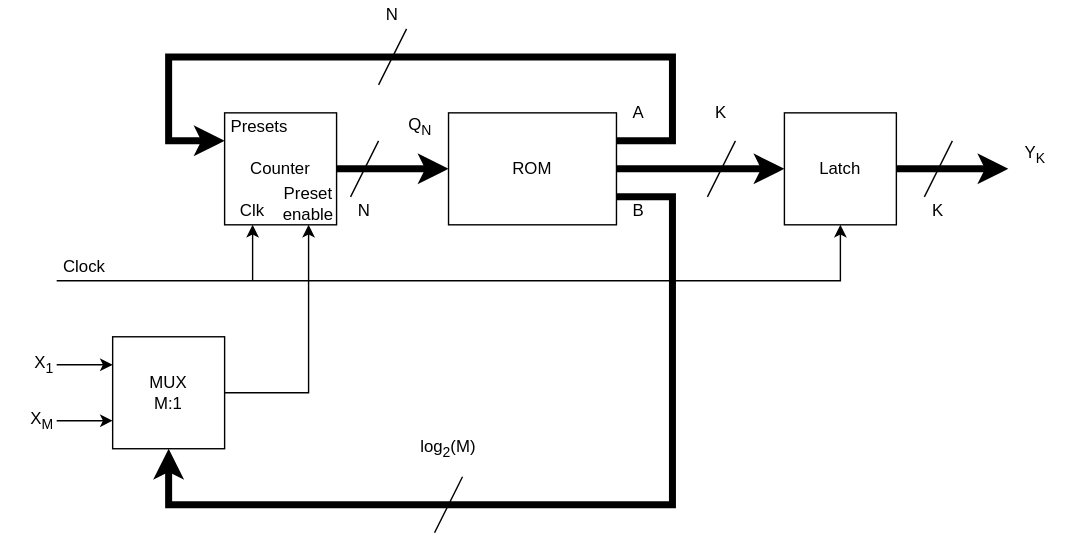
The draw.io diagram assets/images/seq/rom_preset_counter.svg in CircuitVerse/Interactive-Book, before a commit. Source tidied: cells renumbered, new cells last; positions are measured from the earlier drawing's top-left corner, leaving out a move shared by most shapes. Its diagram source:
```xml
<mxGraphModel>
  <root>
    <mxCell id="0" />
    <mxCell id="1" parent="0" />
    <mxCell id="2" value="Counter" style="whiteSpace=wrap;html=1;" parent="1" vertex="1">
      <mxGeometry x="160" y="80" width="80" height="80" as="geometry" />
    </mxCell>
    <mxCell id="3" value="ROM" style="rounded=0;whiteSpace=wrap;html=1;" parent="1" vertex="1">
      <mxGeometry x="320" y="80" width="120" height="80" as="geometry" />
    </mxCell>
    <mxCell id="4" value="Latch" style="whiteSpace=wrap;html=1;" parent="1" vertex="1">
      <mxGeometry x="560" y="80" width="80" height="80" as="geometry" />
    </mxCell>
    <mxCell id="5" value="&lt;div&gt;MUX&lt;/div&gt;&lt;div&gt;M:1&lt;br&gt;&lt;/div&gt;" style="whiteSpace=wrap;html=1;" parent="1" vertex="1">
      <mxGeometry x="80" y="240" width="80" height="80" as="geometry" />
    </mxCell>
    <mxCell id="6" style="endArrow=classic;html=1;exitX=1;exitY=0.5;exitDx=0;exitDy=0;entryX=0.75;entryY=1;entryDx=0;entryDy=0;rounded=0;" parent="1" edge="1" source="5" target="2">
      <mxGeometry relative="1" as="geometry">
        <Array as="points">
          <mxPoint x="220" y="280" />
        </Array>
      </mxGeometry>
    </mxCell>
    <mxCell id="7" style="endArrow=classic;html=1;entryX=0;entryY=0.25;entryDx=0;entryDy=0;entryPerimeter=0;" parent="1" edge="1">
      <mxGeometry relative="1" as="geometry">
        <mxPoint x="180" y="200" as="sourcePoint" />
        <mxPoint x="180" y="160" as="targetPoint" />
      </mxGeometry>
    </mxCell>
    <mxCell id="8" style="endArrow=classic;html=1;entryX=0.5;entryY=1;entryDx=0;entryDy=0;rounded=0;" parent="1" edge="1" target="4">
      <mxGeometry relative="1" as="geometry">
        <mxPoint x="40" y="200" as="sourcePoint" />
        <Array as="points">
          <mxPoint x="600" y="200" />
        </Array>
      </mxGeometry>
    </mxCell>
    <mxCell id="9" value="Clock" style="text;html=1;strokeColor=none;fillColor=none;align=center;verticalAlign=middle;whiteSpace=wrap;rounded=0;" parent="1" vertex="1">
      <mxGeometry x="40" y="180" width="40" height="20" as="geometry" />
    </mxCell>
    <mxCell id="10" style="endArrow=classic;html=1;entryX=0;entryY=0.25;entryDx=0;entryDy=0;" parent="1" edge="1" target="5">
      <mxGeometry relative="1" as="geometry">
        <mxPoint x="40" y="260" as="sourcePoint" />
      </mxGeometry>
    </mxCell>
    <mxCell id="11" style="endArrow=classic;html=1;entryX=0;entryY=0.75;entryDx=0;entryDy=0;" parent="1" edge="1" target="5">
      <mxGeometry relative="1" as="geometry">
        <mxPoint x="40" y="300" as="sourcePoint" />
      </mxGeometry>
    </mxCell>
    <mxCell id="12" value="&lt;div align=&quot;right&quot;&gt;X&lt;sub&gt;M&lt;/sub&gt;&lt;/div&gt;" style="text;html=1;strokeColor=none;fillColor=none;align=right;verticalAlign=middle;whiteSpace=wrap;rounded=0;" parent="1" vertex="1">
      <mxGeometry y="290" width="40" height="20" as="geometry" />
    </mxCell>
    <mxCell id="13" value="&lt;div align=&quot;right&quot;&gt;X&lt;sub&gt;1&lt;/sub&gt;&lt;/div&gt;" style="text;html=1;strokeColor=none;fillColor=none;align=right;verticalAlign=middle;whiteSpace=wrap;rounded=0;" parent="1" vertex="1">
      <mxGeometry y="250" width="40" height="20" as="geometry" />
    </mxCell>
    <mxCell id="14" style="endArrow=classic;html=1;exitX=1;exitY=0.5;exitDx=0;exitDy=0;entryX=0;entryY=0.5;entryDx=0;entryDy=0;strokeWidth=5;" parent="1" edge="1" source="2" target="3">
      <mxGeometry relative="1" as="geometry" />
    </mxCell>
    <mxCell id="15" style="endArrow=classic;html=1;strokeWidth=5;entryX=0;entryY=0.5;entryDx=0;entryDy=0;exitX=1;exitY=0.5;exitDx=0;exitDy=0;" parent="1" edge="1" source="3" target="4">
      <mxGeometry relative="1" as="geometry" />
    </mxCell>
    <mxCell id="16" value="&lt;div align=&quot;left&quot;&gt;A&lt;/div&gt;" style="text;html=1;strokeColor=none;fillColor=none;align=left;verticalAlign=middle;whiteSpace=wrap;rounded=0;" parent="1" vertex="1">
      <mxGeometry x="450" y="70" width="20" height="20" as="geometry" />
    </mxCell>
    <mxCell id="17" style="endArrow=classic;html=1;strokeWidth=5;exitX=1;exitY=0.75;exitDx=0;exitDy=0;entryX=0.5;entryY=1;entryDx=0;entryDy=0;rounded=0;" parent="1" edge="1" source="3" target="5">
      <mxGeometry relative="1" as="geometry">
        <Array as="points">
          <mxPoint x="480" y="140" />
          <mxPoint x="480" y="360" />
          <mxPoint x="120" y="360" />
        </Array>
      </mxGeometry>
    </mxCell>
    <mxCell id="18" value="B" style="text;html=1;strokeColor=none;fillColor=none;align=left;verticalAlign=middle;whiteSpace=wrap;rounded=0;" parent="1" vertex="1">
      <mxGeometry x="450" y="140" width="20" height="20" as="geometry" />
    </mxCell>
    <mxCell id="19" style="endArrow=classic;html=1;entryX=0;entryY=0.5;entryDx=0;entryDy=0;strokeWidth=5;" parent="1" edge="1">
      <mxGeometry relative="1" as="geometry">
        <mxPoint x="640" y="120" as="sourcePoint" />
        <mxPoint x="720" y="120" as="targetPoint" />
      </mxGeometry>
    </mxCell>
    <mxCell id="20" value="Y&lt;sub&gt;K&lt;/sub&gt;" style="text;html=1;strokeColor=none;fillColor=none;align=left;verticalAlign=middle;whiteSpace=wrap;rounded=0;" parent="1" vertex="1">
      <mxGeometry x="730" y="100" width="40" height="20" as="geometry" />
    </mxCell>
    <mxCell id="21" value="&lt;div align=&quot;center&quot;&gt;Q&lt;sub&gt;N&lt;/sub&gt;&lt;/div&gt;" style="text;html=1;strokeColor=none;fillColor=none;align=center;verticalAlign=middle;whiteSpace=wrap;rounded=0;" parent="1" vertex="1">
      <mxGeometry x="280" y="80" width="40" height="20" as="geometry" />
    </mxCell>
    <mxCell id="22" style="endArrow=none;html=1;strokeWidth=1;" parent="1" edge="1">
      <mxGeometry relative="1" as="geometry">
        <mxPoint x="310" y="380" as="sourcePoint" />
        <mxPoint x="330" y="340" as="targetPoint" />
      </mxGeometry>
    </mxCell>
    <mxCell id="23" style="endArrow=none;html=1;strokeWidth=1;" parent="1" edge="1">
      <mxGeometry relative="1" as="geometry">
        <mxPoint x="250" y="140" as="sourcePoint" />
        <mxPoint x="270" y="100" as="targetPoint" />
      </mxGeometry>
    </mxCell>
    <mxCell id="24" style="endArrow=none;html=1;strokeWidth=1;" parent="1" edge="1">
      <mxGeometry relative="1" as="geometry">
        <mxPoint x="505" y="140" as="sourcePoint" />
        <mxPoint x="525" y="100" as="targetPoint" />
      </mxGeometry>
    </mxCell>
    <mxCell id="25" style="endArrow=none;html=1;strokeWidth=1;" parent="1" edge="1">
      <mxGeometry relative="1" as="geometry">
        <mxPoint x="660" y="140" as="sourcePoint" />
        <mxPoint x="680" y="100" as="targetPoint" />
      </mxGeometry>
    </mxCell>
    <mxCell id="26" value="N" style="text;html=1;strokeColor=none;fillColor=none;align=center;verticalAlign=middle;whiteSpace=wrap;rounded=0;" parent="1" vertex="1">
      <mxGeometry x="250" y="140" width="20" height="20" as="geometry" />
    </mxCell>
    <mxCell id="27" value="log&lt;sub&gt;2&lt;/sub&gt;(M)" style="text;html=1;strokeColor=none;fillColor=none;align=center;verticalAlign=middle;whiteSpace=wrap;rounded=0;" parent="1" vertex="1">
      <mxGeometry x="300" y="310" width="40" height="20" as="geometry" />
    </mxCell>
    <mxCell id="28" value="K" style="text;html=1;strokeColor=none;fillColor=none;align=center;verticalAlign=middle;whiteSpace=wrap;rounded=0;" parent="1" vertex="1">
      <mxGeometry x="504.5" y="70" width="20" height="20" as="geometry" />
    </mxCell>
    <mxCell id="29" value="K" style="text;html=1;strokeColor=none;fillColor=none;align=center;verticalAlign=middle;whiteSpace=wrap;rounded=0;" parent="1" vertex="1">
      <mxGeometry x="660" y="140" width="20" height="20" as="geometry" />
    </mxCell>
    <mxCell id="30" style="endArrow=classic;html=1;strokeWidth=5;exitX=1;exitY=0.25;exitDx=0;exitDy=0;entryX=0;entryY=0.25;entryDx=0;entryDy=0;rounded=0;" parent="1" edge="1" source="3" target="2">
      <mxGeometry relative="1" as="geometry">
        <Array as="points">
          <mxPoint x="480" y="100" />
          <mxPoint x="480" y="40" />
          <mxPoint x="120" y="40" />
          <mxPoint x="120" y="100" />
        </Array>
      </mxGeometry>
    </mxCell>
    <mxCell id="31" value="Clk" style="text;html=1;strokeColor=none;fillColor=none;align=center;verticalAlign=middle;whiteSpace=wrap;rounded=0;" parent="1" vertex="1">
      <mxGeometry x="160" y="140" width="40" height="20" as="geometry" />
    </mxCell>
    <mxCell id="32" value="&lt;div&gt;Preset&lt;/div&gt;&lt;div&gt;enable&lt;br&gt;&lt;/div&gt;" style="text;html=1;strokeColor=none;fillColor=none;align=center;verticalAlign=middle;whiteSpace=wrap;rounded=0;" parent="1" vertex="1">
      <mxGeometry x="200" y="130" width="40" height="30" as="geometry" />
    </mxCell>
    <mxCell id="33" value="Presets" style="text;html=1;strokeColor=none;fillColor=none;align=center;verticalAlign=middle;whiteSpace=wrap;rounded=0;" parent="1" vertex="1">
      <mxGeometry x="160" y="80" width="50" height="20" as="geometry" />
    </mxCell>
    <mxCell id="34" style="endArrow=none;html=1;strokeWidth=1;" parent="1" edge="1">
      <mxGeometry relative="1" as="geometry">
        <mxPoint x="270" y="60" as="sourcePoint" />
        <mxPoint x="290" y="20" as="targetPoint" />
      </mxGeometry>
    </mxCell>
    <mxCell id="35" value="N" style="text;html=1;strokeColor=none;fillColor=none;align=center;verticalAlign=middle;whiteSpace=wrap;rounded=0;" parent="1" vertex="1">
      <mxGeometry x="270" width="20" height="20" as="geometry" />
    </mxCell>
  </root>
</mxGraphModel>
```
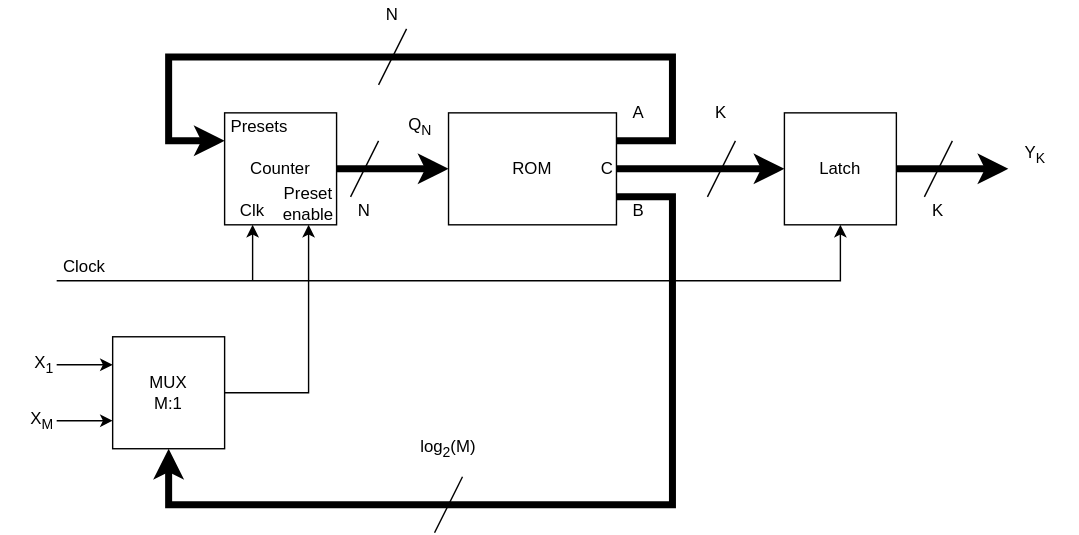
The same diagram one commit later.

Diff of the diagram source:
```diff
@@ -151,5 +151,8 @@
     <mxCell id="35" value="N" style="text;html=1;strokeColor=none;fillColor=none;align=center;verticalAlign=middle;whiteSpace=wrap;rounded=0;" parent="1" vertex="1">
       <mxGeometry x="270" width="20" height="20" as="geometry" />
     </mxCell>
+    <mxCell id="36" value="C" style="text;html=1;strokeColor=none;fillColor=none;align=right;verticalAlign=middle;whiteSpace=wrap;rounded=0;" parent="1" vertex="1">
+      <mxGeometry x="420" y="110" width="20" height="20" as="geometry" />
+    </mxCell>
   </root>
 </mxGraphModel>
```
